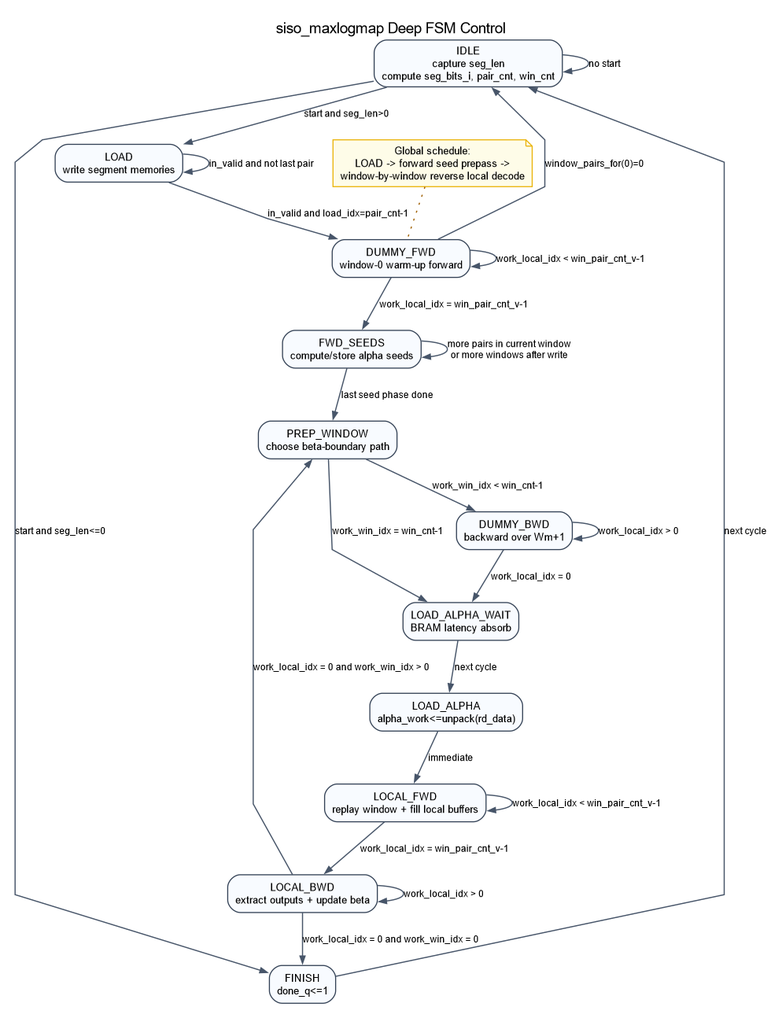
Earlier version of the Graphviz export architecture_exports/siso_maxlogmap/internal_control/SISO_MAXLOGMAP_FSM_DEEP_CONTROL.png (HarshithaModekurty/Parallel-Turbo-Decoder-ASIC-for-3GPP-LTE). Its source is kept beside it as architecture_exports/siso_maxlogmap/internal_control/SISO_MAXLOGMAP_FSM_DEEP_CONTROL.dot. The source it was exported from:
```dot
digraph siso_fsm_deep {
  graph [
    rankdir=TB,
    splines=polyline,
    nodesep=0.35,
    ranksep=0.55,
    pad=0.2,
    bgcolor="white",
    fontname="Helvetica",
    labelloc="t",
    label="siso_maxlogmap Deep FSM Control"
  ];

  node [
    shape=box,
    style="rounded,filled",
    fillcolor="#F8FBFF",
    color="#334155",
    fontname="Helvetica",
    fontsize=10,
    margin="0.10,0.06"
  ];

  edge [
    color="#475569",
    arrowsize=0.7,
    penwidth=1.1,
    fontname="Helvetica",
    fontsize=9
  ];

  idle [label="IDLE\ncapture seg_len\ncompute seg_bits_i, pair_cnt, win_cnt"];
  load [label="LOAD\nwrite segment memories"];
  dummy_fwd [label="DUMMY_FWD\nwindow-0 warm-up forward"];
  fwd_seeds [label="FWD_SEEDS\ncompute/store alpha seeds"];
  prep [label="PREP_WINDOW\nchoose beta-boundary path"];
  dummy_bwd [label="DUMMY_BWD\nbackward over Wm+1"];
  load_wait [label="LOAD_ALPHA_WAIT\nBRAM latency absorb"];
  load_alpha [label="LOAD_ALPHA\nalpha_work<=unpack(rd_data)"];
  local_fwd [label="LOCAL_FWD\nreplay window + fill local buffers"];
  local_bwd [label="LOCAL_BWD\nextract outputs + update beta"];
  finish [label="FINISH\ndone_q<=1"];

  note0 [shape=note, fillcolor="#FEFCE8", color="#EAB308", label="Global schedule:\nLOAD -> forward seed prepass ->\nwindow-by-window reverse local decode"];

  idle -> load [label="start and seg_len>0"];
  idle -> idle [label="no start"];
  idle -> finish [label="start and seg_len<=0"];

  load -> load [label="in_valid and not last pair"];
  load -> dummy_fwd [label="in_valid and load_idx=pair_cnt-1"];

  dummy_fwd -> idle [label="window_pairs_for(0)=0"];
  dummy_fwd -> dummy_fwd [label="work_local_idx < win_pair_cnt_v-1"];
  dummy_fwd -> fwd_seeds [label="work_local_idx = win_pair_cnt_v-1"];

  fwd_seeds -> fwd_seeds [label="more pairs in current window\nor more windows after write"];
  fwd_seeds -> prep [label="last seed phase done"];

  prep -> dummy_bwd [label="work_win_idx < win_cnt-1"];
  prep -> load_wait [label="work_win_idx = win_cnt-1"];

  dummy_bwd -> dummy_bwd [label="work_local_idx > 0"];
  dummy_bwd -> load_wait [label="work_local_idx = 0"];

  load_wait -> load_alpha [label="next cycle"];
  load_alpha -> local_fwd [label="immediate"];

  local_fwd -> local_fwd [label="work_local_idx < win_pair_cnt_v-1"];
  local_fwd -> local_bwd [label="work_local_idx = win_pair_cnt_v-1"];

  local_bwd -> local_bwd [label="work_local_idx > 0"];
  local_bwd -> prep [label="work_local_idx = 0 and work_win_idx > 0"];
  local_bwd -> finish [label="work_local_idx = 0 and work_win_idx = 0"];

  finish -> idle [label="next cycle"];

  note0 -> dummy_fwd [style=dotted, arrowhead=none, color="#A16207"];
}
```
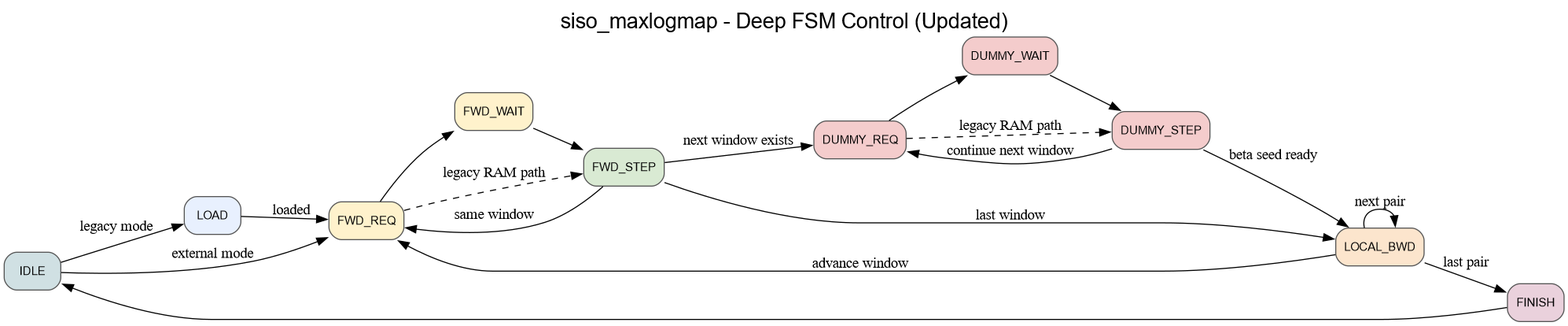
Later version of the same file.

The edit, as a diff of the source:
```diff
@@ -1,79 +1,35 @@
-digraph siso_fsm_deep {
-  graph [
-    rankdir=TB,
-    splines=polyline,
-    nodesep=0.35,
-    ranksep=0.55,
-    pad=0.2,
-    bgcolor="white",
-    fontname="Helvetica",
-    labelloc="t",
-    label="siso_maxlogmap Deep FSM Control"
-  ];
+digraph G {
+  rankdir=LR;
+  graph [labelloc=t, fontsize=20, fontname="Helvetica", label="siso_maxlogmap - Deep FSM Control (Updated)"];
+  node [shape=box, style="rounded,filled", fontname="Helvetica", fontsize=11, fillcolor="#f8f6ef", color="#555555"];
 
-  node [
-    shape=box,
-    style="rounded,filled",
-    fillcolor="#F8FBFF",
-    color="#334155",
-    fontname="Helvetica",
-    fontsize=10,
-    margin="0.10,0.06"
-  ];
+  IDLE [fillcolor="#d0e0e3"];
+  LOAD [fillcolor="#e8f0fe"];
+  FWD_REQ [fillcolor="#fff2cc"];
+  FWD_WAIT [fillcolor="#fff2cc"];
+  FWD_STEP [fillcolor="#d9ead3"];
+  DUMMY_REQ [fillcolor="#f4cccc"];
+  DUMMY_WAIT [fillcolor="#f4cccc"];
+  DUMMY_STEP [fillcolor="#f4cccc"];
+  LOCAL_BWD [fillcolor="#fce5cd"];
+  FINISH [fillcolor="#ead1dc"];
 
-  edge [
-    color="#475569",
-    arrowsize=0.7,
-    penwidth=1.1,
-    fontname="Helvetica",
-    fontsize=9
-  ];
-
-  idle [label="IDLE\ncapture seg_len\ncompute seg_bits_i, pair_cnt, win_cnt"];
-  load [label="LOAD\nwrite segment memories"];
-  dummy_fwd [label="DUMMY_FWD\nwindow-0 warm-up forward"];
-  fwd_seeds [label="FWD_SEEDS\ncompute/store alpha seeds"];
-  prep [label="PREP_WINDOW\nchoose beta-boundary path"];
-  dummy_bwd [label="DUMMY_BWD\nbackward over Wm+1"];
-  load_wait [label="LOAD_ALPHA_WAIT\nBRAM latency absorb"];
-  load_alpha [label="LOAD_ALPHA\nalpha_work<=unpack(rd_data)"];
-  local_fwd [label="LOCAL_FWD\nreplay window + fill local buffers"];
-  local_bwd [label="LOCAL_BWD\nextract outputs + update beta"];
-  finish [label="FINISH\ndone_q<=1"];
-
-  note0 [shape=note, fillcolor="#FEFCE8", color="#EAB308", label="Global schedule:\nLOAD -> forward seed prepass ->\nwindow-by-window reverse local decode"];
-
-  idle -> load [label="start and seg_len>0"];
-  idle -> idle [label="no start"];
-  idle -> finish [label="start and seg_len<=0"];
-
-  load -> load [label="in_valid and not last pair"];
-  load -> dummy_fwd [label="in_valid and load_idx=pair_cnt-1"];
-
-  dummy_fwd -> idle [label="window_pairs_for(0)=0"];
-  dummy_fwd -> dummy_fwd [label="work_local_idx < win_pair_cnt_v-1"];
-  dummy_fwd -> fwd_seeds [label="work_local_idx = win_pair_cnt_v-1"];
-
-  fwd_seeds -> fwd_seeds [label="more pairs in current window\nor more windows after write"];
-  fwd_seeds -> prep [label="last seed phase done"];
-
-  prep -> dummy_bwd [label="work_win_idx < win_cnt-1"];
-  prep -> load_wait [label="work_win_idx = win_cnt-1"];
-
-  dummy_bwd -> dummy_bwd [label="work_local_idx > 0"];
-  dummy_bwd -> load_wait [label="work_local_idx = 0"];
-
-  load_wait -> load_alpha [label="next cycle"];
-  load_alpha -> local_fwd [label="immediate"];
-
-  local_fwd -> local_fwd [label="work_local_idx < win_pair_cnt_v-1"];
-  local_fwd -> local_bwd [label="work_local_idx = win_pair_cnt_v-1"];
-
-  local_bwd -> local_bwd [label="work_local_idx > 0"];
-  local_bwd -> prep [label="work_local_idx = 0 and work_win_idx > 0"];
-  local_bwd -> finish [label="work_local_idx = 0 and work_win_idx = 0"];
-
-  finish -> idle [label="next cycle"];
-
-  note0 -> dummy_fwd [style=dotted, arrowhead=none, color="#A16207"];
+  IDLE -> LOAD [label="legacy mode"];
+  IDLE -> FWD_REQ [label="external mode"];
+  LOAD -> FWD_REQ [label="loaded"];
+  FWD_REQ -> FWD_WAIT;
+  FWD_REQ -> FWD_STEP [style=dashed, label="legacy RAM path"];
+  FWD_WAIT -> FWD_STEP;
+  FWD_STEP -> FWD_REQ [label="same window"];
+  FWD_STEP -> DUMMY_REQ [label="next window exists"];
+  FWD_STEP -> LOCAL_BWD [label="last window"];
+  DUMMY_REQ -> DUMMY_WAIT;
+  DUMMY_REQ -> DUMMY_STEP [style=dashed, label="legacy RAM path"];
+  DUMMY_WAIT -> DUMMY_STEP;
+  DUMMY_STEP -> DUMMY_REQ [label="continue next window"];
+  DUMMY_STEP -> LOCAL_BWD [label="beta seed ready"];
+  LOCAL_BWD -> LOCAL_BWD [label="next pair"];
+  LOCAL_BWD -> FWD_REQ [label="advance window"];
+  LOCAL_BWD -> FINISH [label="last pair"];
+  FINISH -> IDLE;
 }
```
